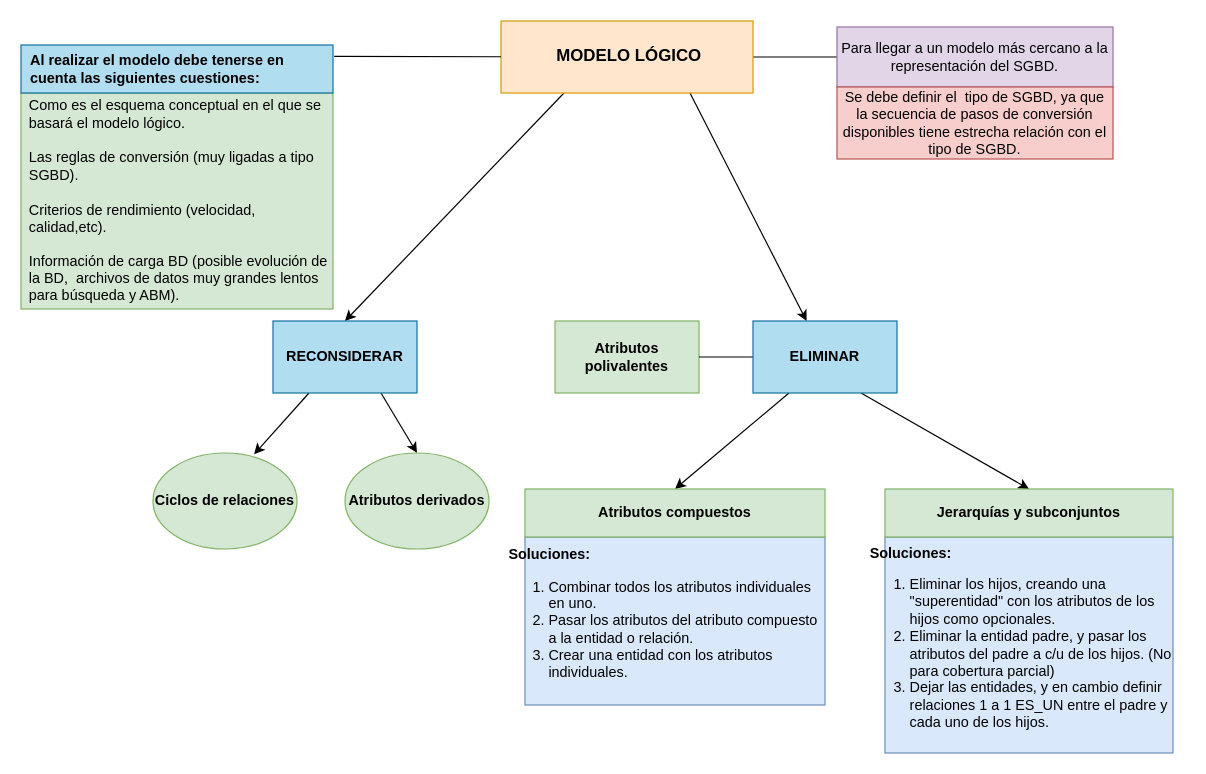
Earlier version of the draw.io diagram page "Modelo lógico [Checked]" (4 of 7) of Diagrama-resumen.drawio (senras/DBD). Source tidied: cells renumbered, new cells numbered last; positions are measured from the earlier drawing's top-left corner, leaving out a move shared by most shapes. Both pictures are drawn from the tidied source at 120%, with x=0, y=0 at pixel (20, 20).
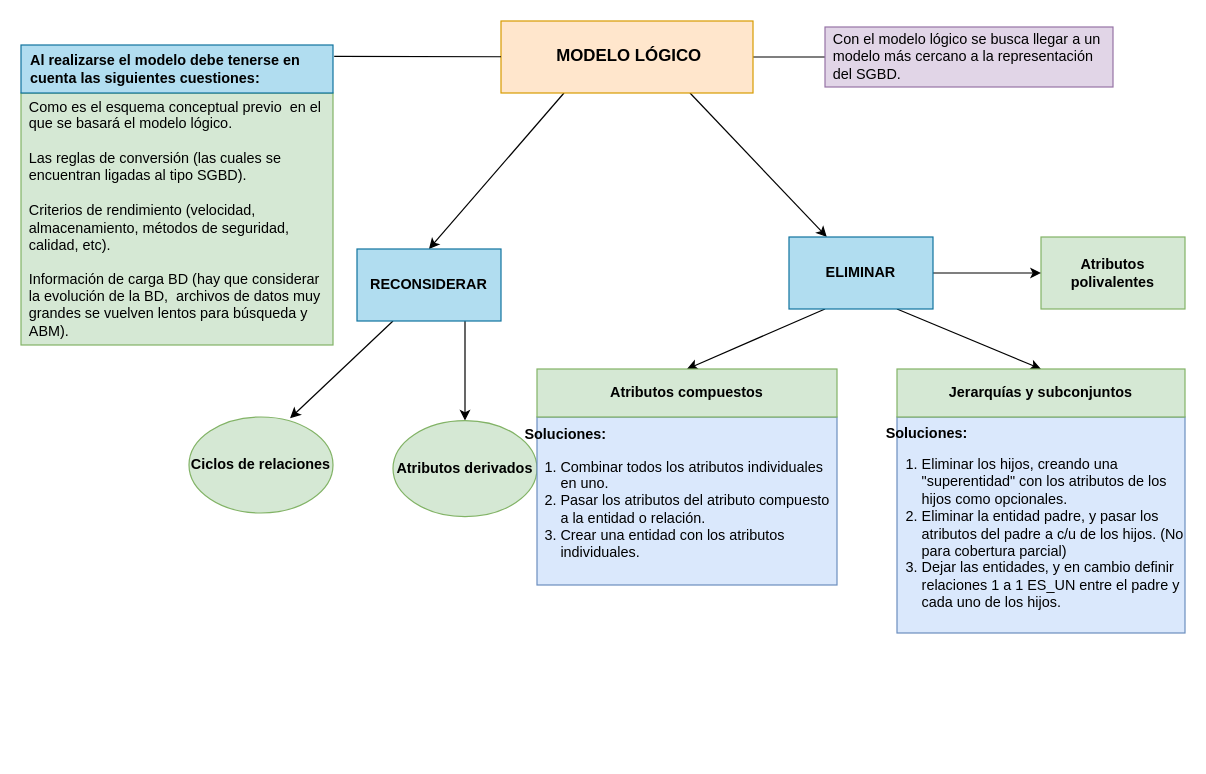
The same diagram, later.

The edit, as a diff of the source:
```diff
@@
-    <mxCell id="6" value="Para llegar a un modelo más cercano a la representación del SGBD." style="text;html=1;strokeColor=#9673a6;fillColor=#e1d5e7;align=center;verticalAlign=middle;whiteSpace=wrap;rounded=0;" parent="1" vertex="1">
-      <mxGeometry x="680" y="5" width="230" height="50" as="geometry" />
+    <mxCell id="6" value="Con el modelo lógico se busca llegar a un modelo más cercano a la representación del SGBD." style="text;html=1;strokeColor=#9673a6;fillColor=#e1d5e7;align=left;verticalAlign=middle;whiteSpace=wrap;rounded=0;spacingLeft=5;" parent="1" vertex="1">
+      <mxGeometry x="670" y="5" width="240" height="50" as="geometry" />
     </mxCell>
-    <mxCell id="7" value="Se debe definir el&amp;nbsp; tipo de SGBD, ya que la secuencia de pasos de conversión disponibles tiene estrecha relación con el tipo de SGBD." style="text;html=1;strokeColor=#b85450;fillColor=#f8cecc;align=center;verticalAlign=middle;whiteSpace=wrap;rounded=0;" parent="1" vertex="1">
-      <mxGeometry x="680" y="55" width="230" height="60" as="geometry" />
-    </mxCell>
@@
-    <mxCell id="9" value="Como es el esquema conceptual en el que se basará el modelo lógico.&lt;br&gt;&lt;br&gt;Las reglas de conversión (muy ligadas a tipo SGBD).&lt;br&gt;&lt;br&gt;Criterios de rendimiento (velocidad, calidad,etc).&lt;br&gt;&lt;br&gt;Información de carga BD (posible evolución de la BD,&amp;nbsp; archivos de datos muy grandes lentos para búsqueda y ABM)." style="rounded=0;whiteSpace=wrap;html=1;fillColor=#d5e8d4;strokeColor=#82b366;align=left;spacingLeft=5;" parent="1" vertex="1">
-      <mxGeometry y="60" width="260" height="180" as="geometry" />
+    <mxCell id="9" value="Como es el esquema conceptual previo&amp;nbsp; en el que se basará el modelo lógico.&lt;br&gt;&lt;br&gt;Las reglas de conversión (las cuales se encuentran ligadas al tipo SGBD).&lt;br&gt;&lt;br&gt;Criterios de rendimiento (velocidad, almacenamiento, métodos de seguridad, calidad, etc).&lt;br&gt;&lt;br&gt;Información de carga BD (hay que considerar la evolución de la BD,&amp;nbsp; archivos de datos muy grandes se vuelven lentos para búsqueda y ABM)." style="rounded=0;whiteSpace=wrap;html=1;fillColor=#d5e8d4;strokeColor=#82b366;align=left;spacingLeft=5;" parent="1" vertex="1">
+      <mxGeometry y="60" width="260" height="210" as="geometry" />
     </mxCell>
     <mxCell id="10" value="Atributos polivalentes" style="rounded=0;whiteSpace=wrap;html=1;fillColor=#d5e8d4;strokeColor=#82b366;fontStyle=1;" parent="1" vertex="1">
-      <mxGeometry x="445" y="250" width="120" height="60" as="geometry" />
+      <mxGeometry x="850" y="180" width="120" height="60" as="geometry" />
     </mxCell>
@@
-    <mxCell id="13" style="edgeStyle=none;rounded=0;jettySize=auto;html=1;exitX=0;exitY=0.5;exitDx=0;exitDy=0;endArrow=none;endFill=0;entryX=1;entryY=0.5;entryDx=0;entryDy=0;" parent="1" edge="1" source="14" target="10">
+    <mxCell id="13" style="edgeStyle=none;rounded=0;jettySize=auto;html=1;exitX=1;exitY=0.5;exitDx=0;exitDy=0;entryX=0;entryY=0.5;entryDx=0;entryDy=0;" parent="1" edge="1" source="14" target="10">
       <mxGeometry relative="1" as="geometry" />
     </mxCell>
     <mxCell id="14" value="ELIMINAR" style="rounded=0;whiteSpace=wrap;html=1;fillColor=#b1ddf0;strokeColor=#10739e;fontStyle=1;" parent="1" vertex="1">
-      <mxGeometry x="610" y="250" width="120" height="60" as="geometry" />
+      <mxGeometry x="640" y="180" width="120" height="60" as="geometry" />
     </mxCell>
@@
     <mxCell id="17" value="RECONSIDERAR" style="rounded=0;whiteSpace=wrap;html=1;fillColor=#b1ddf0;strokeColor=#10739e;fontStyle=1;" parent="1" vertex="1">
-      <mxGeometry x="210" y="250" width="120" height="60" as="geometry" />
+      <mxGeometry x="280" y="190" width="120" height="60" as="geometry" />
     </mxCell>
     <mxCell id="18" value="Ciclos de relaciones" style="ellipse;whiteSpace=wrap;html=1;fillColor=#d5e8d4;strokeColor=#82b366;fontStyle=1;" parent="1" vertex="1">
-      <mxGeometry x="110" y="360" width="120" height="80" as="geometry" />
+      <mxGeometry x="140" y="330" width="120" height="80" as="geometry" />
     </mxCell>
     <mxCell id="19" value="&lt;span&gt;Atributos derivados&lt;/span&gt;" style="ellipse;whiteSpace=wrap;html=1;fillColor=#d5e8d4;strokeColor=#82b366;fontStyle=1;" parent="1" vertex="1">
-      <mxGeometry x="270" y="360" width="120" height="80" as="geometry" />
+      <mxGeometry x="310" y="333" width="120" height="80" as="geometry" />
     </mxCell>
-    <mxCell id="20" value="&lt;div&gt;&lt;b&gt;&lt;span style=&quot;white-space: pre;&quot;&gt;&lt;span style=&quot;white-space: pre;&quot;&gt; &lt;/span&gt; &lt;/span&gt;Soluciones:&lt;/b&gt;&lt;/div&gt;&lt;ol&gt;&lt;li&gt;Eliminar los hijos, creando una &quot;superentidad&quot; con los atributos de los hijos como opcionales.&lt;/li&gt;&lt;li&gt;Eliminar la entidad padre, y pasar los atributos del padre a c/u de los hijos. (No para cobertura parcial)&lt;/li&gt;&lt;li&gt;Dejar las entidades, y en cambio definir relaciones 1 a 1 ES_UN entre el padre y cada uno de los hijos.&lt;/li&gt;&lt;/ol&gt;" style="rounded=0;whiteSpace=wrap;html=1;fillColor=#dae8fc;strokeColor=#6c8ebf;align=left;spacingLeft=-21;" parent="1" vertex="1">
-      <mxGeometry x="720" y="430" width="240" height="180" as="geometry" />
+    <mxCell id="20" value="&lt;div&gt;&lt;b&gt;&lt;span style=&quot;white-space: pre;&quot;&gt;&lt;span style=&quot;white-space: pre;&quot;&gt; &lt;/span&gt; &lt;span style=&quot;white-space: pre;&quot;&gt; &lt;/span&gt;&lt;/span&gt;Soluciones:&lt;/b&gt;&lt;/div&gt;&lt;ol&gt;&lt;li&gt;Eliminar los hijos, creando una &quot;superentidad&quot; con los atributos de los hijos como opcionales.&lt;/li&gt;&lt;li&gt;Eliminar la entidad padre, y pasar los atributos del padre a c/u de los hijos. (No para cobertura parcial)&lt;/li&gt;&lt;li&gt;Dejar las entidades, y en cambio definir relaciones 1 a 1 ES_UN entre el padre y cada uno de los hijos.&lt;/li&gt;&lt;/ol&gt;" style="rounded=0;whiteSpace=wrap;html=1;fillColor=#dae8fc;strokeColor=#6c8ebf;align=left;spacingLeft=-21;" parent="1" vertex="1">
+      <mxGeometry x="730" y="330" width="240" height="180" as="geometry" />
     </mxCell>
-    <mxCell id="21" value="&lt;span style=&quot;background-color: initial;&quot;&gt;&lt;b&gt;&lt;span style=&quot;white-space: pre;&quot;&gt; &lt;span style=&quot;white-space: pre;&quot;&gt; &lt;/span&gt;&lt;/span&gt;Soluciones:&lt;/b&gt;&lt;br&gt;&lt;ol style=&quot;line-height: 1.2;&quot;&gt;&lt;li&gt;&lt;span style=&quot;background-color: initial;&quot;&gt;Combinar todos los atributos individuales en uno.&lt;/span&gt;&lt;/li&gt;&lt;li&gt;&lt;span style=&quot;background-color: initial;&quot;&gt;Pasar los atributos del atributo compuesto a la entidad o relación.&lt;/span&gt;&lt;/li&gt;&lt;li&gt;&lt;span style=&quot;background-color: initial;&quot;&gt;Crear una entidad con los atributos individuales&lt;/span&gt;&lt;span style=&quot;background-color: initial;&quot;&gt;.&lt;/span&gt;&lt;/li&gt;&lt;/ol&gt;&lt;/span&gt;" style="rounded=0;whiteSpace=wrap;html=1;align=left;fillColor=#dae8fc;strokeColor=#6c8ebf;spacingLeft=-22;" parent="1" vertex="1">
-      <mxGeometry x="420" y="430" width="250" height="140" as="geometry" />
+    <mxCell id="21" value="&lt;span style=&quot;background-color: initial;&quot;&gt;&lt;b&gt;&lt;span style=&quot;white-space: pre;&quot;&gt; &lt;span style=&quot;white-space: pre;&quot;&gt; &lt;span style=&quot;white-space: pre;&quot;&gt; &lt;/span&gt;&lt;/span&gt;&lt;/span&gt;Soluciones:&lt;/b&gt;&lt;br&gt;&lt;ol style=&quot;line-height: 1.2;&quot;&gt;&lt;li&gt;&lt;span style=&quot;background-color: initial;&quot;&gt;Combinar todos los atributos individuales en uno.&lt;/span&gt;&lt;/li&gt;&lt;li&gt;&lt;span style=&quot;background-color: initial;&quot;&gt;Pasar los atributos del atributo compuesto a la entidad o relación.&lt;/span&gt;&lt;/li&gt;&lt;li&gt;&lt;span style=&quot;background-color: initial;&quot;&gt;Crear una entidad con los atributos individuales&lt;/span&gt;&lt;span style=&quot;background-color: initial;&quot;&gt;.&lt;/span&gt;&lt;/li&gt;&lt;/ol&gt;&lt;/span&gt;" style="rounded=0;whiteSpace=wrap;html=1;align=left;fillColor=#dae8fc;strokeColor=#6c8ebf;spacingLeft=-22;" parent="1" vertex="1">
+      <mxGeometry x="430" y="330" width="250" height="140" as="geometry" />
     </mxCell>
     <mxCell id="22" value="Atributos compuestos" style="rounded=0;whiteSpace=wrap;html=1;fillColor=#d5e8d4;strokeColor=#82b366;fontStyle=1;" parent="1" vertex="1">
-      <mxGeometry x="420" y="390" width="250" height="40" as="geometry" />
+      <mxGeometry x="430" y="290" width="250" height="40" as="geometry" />
     </mxCell>
     <mxCell id="23" value="Jerarquías y subconjuntos" style="rounded=0;whiteSpace=wrap;html=1;fillColor=#d5e8d4;strokeColor=#82b366;fontStyle=1;" parent="1" vertex="1">
-      <mxGeometry x="720" y="390" width="240" height="40" as="geometry" />
+      <mxGeometry x="730" y="290" width="240" height="40" as="geometry" />
     </mxCell>
-    <mxCell id="24" value="&lt;b&gt;Al realizar el modelo debe tenerse en cuenta las siguientes cuestiones:&lt;/b&gt;" style="text;html=1;strokeColor=#10739e;fillColor=#b1ddf0;align=left;verticalAlign=middle;whiteSpace=wrap;rounded=0;fontStyle=0;strokeWidth=1;spacingLeft=6;perimeterSpacing=1;" parent="1" vertex="1">
+    <mxCell id="24" value="&lt;b&gt;Al realizarse el modelo debe tenerse en cuenta las siguientes cuestiones:&lt;/b&gt;" style="text;html=1;strokeColor=#10739e;fillColor=#b1ddf0;align=left;verticalAlign=middle;whiteSpace=wrap;rounded=0;fontStyle=0;strokeWidth=1;spacingLeft=6;perimeterSpacing=1;" parent="1" vertex="1">
       <mxGeometry y="20" width="260" height="40" as="geometry" />
     </mxCell>
```
